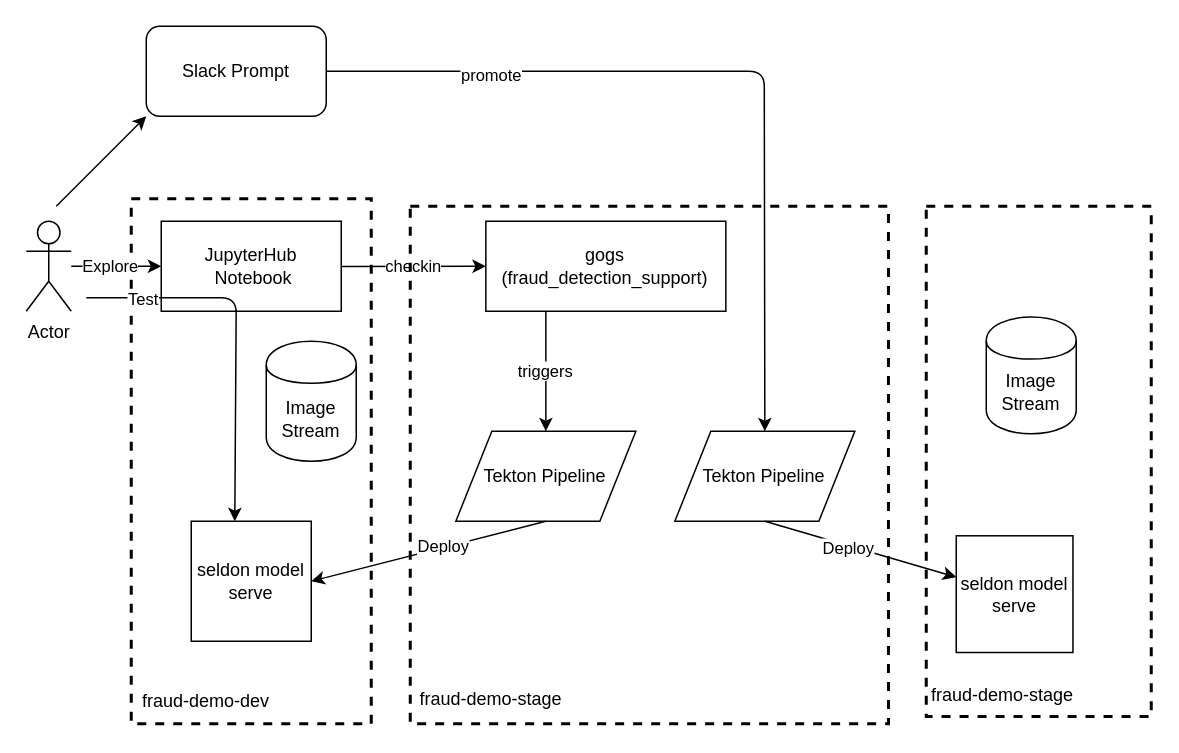
This is docs/images/demo-layout.drawio from rhappdev-demo/fraud_detection, a draw.io file, before an edit. Source tidied: cells renumbered, new cells numbered last; positions are measured from the earlier drawing's top-left corner, leaving out a move shared by most shapes. Both pictures are drawn from the tidied source at 150%, with x=0, y=0 at pixel (26, 26).
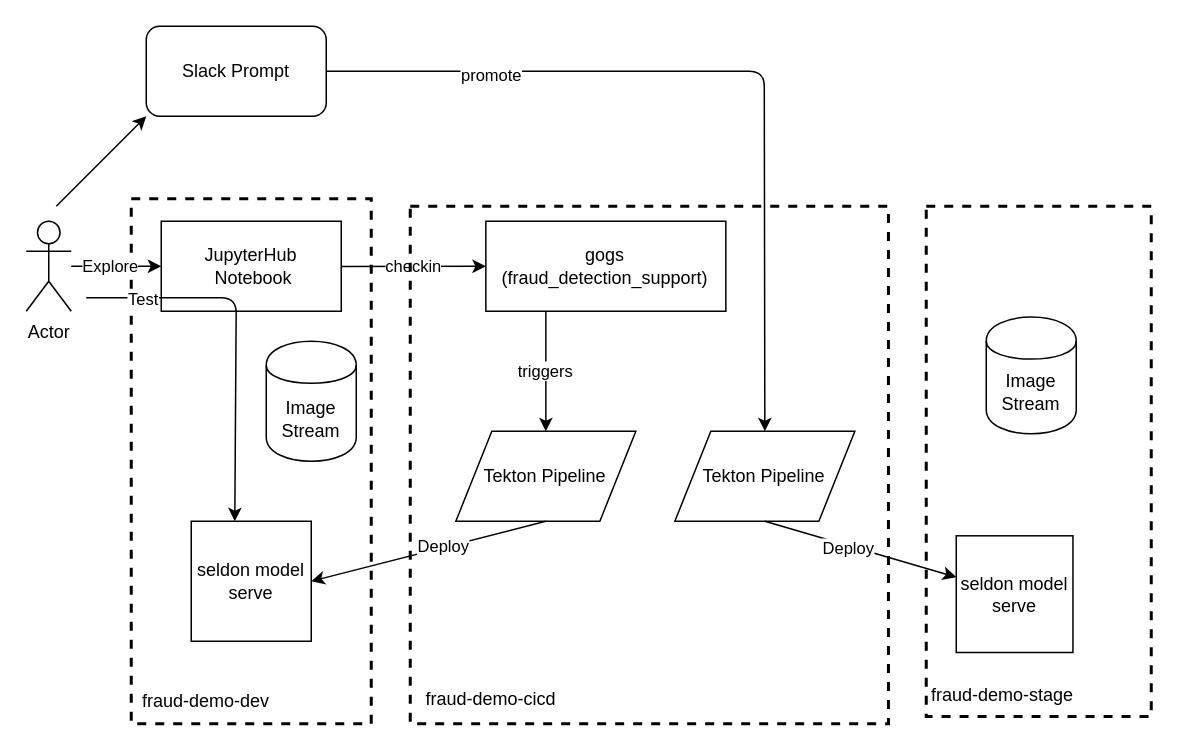
Above is the later version.

The change refers to these unchanged cells:
```xml
<mxCell id="34" style="group;" parent="32" vertex="1">
  <mxGeometry y="315" width="340" height="28" as="geometry" />
</mxCell>
```

What changed in the source:
```diff
@@
-    <mxCell id="35" value="fraud-demo-stage" style="text;html=1;strokeColor=none;fillColor=none;align=center;verticalAlign=middle;whiteSpace=wrap;rounded=0;dashed=1;" parent="34" vertex="1">
+    <mxCell id="35" value="fraud-demo-cicd" style="text;html=1;strokeColor=none;fillColor=none;align=center;verticalAlign=middle;whiteSpace=wrap;rounded=0;dashed=1;" parent="34" vertex="1">
       <mxGeometry x="70" width="120" height="27.4" as="geometry" />
     </mxCell>
```
